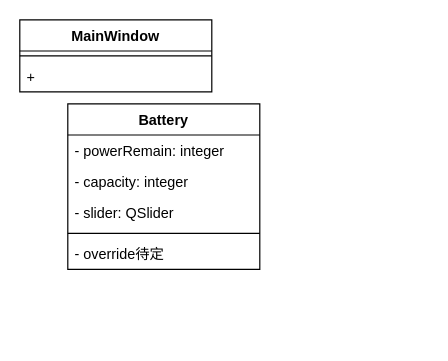
This is uml/Untitled Diagram.drawio from moxxxx/MCT-simulator, a draw.io file, before an edit. Source tidied: cells renumbered, new cells numbered last; positions are measured from the earlier drawing's top-left corner, leaving out a move shared by most shapes. Both pictures are drawn from the tidied source at 120%, with x=0, y=0 at pixel (19, 19).
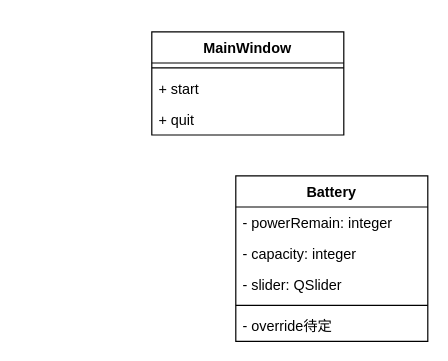
After the change.

The edit, as a diff of the source:
```diff
@@
 <mxGraphModel background="#ffffff">
   <root>
     <mxCell id="0" />
     <mxCell id="1" parent="0" />
     <mxCell id="2" value="MainWindow" style="swimlane;fontStyle=1;align=center;verticalAlign=top;horizontal=1;startSize=26;" parent="1" vertex="1">
-      <mxGeometry width="160" height="60" as="geometry" />
+      <mxGeometry x="110" y="10" width="160" height="86" as="geometry" />
     </mxCell>
     <mxCell id="3" style="line;strokeWidth=1;fillColor=none;align=left;verticalAlign=middle;spacingTop=-1;spacingLeft=3;spacingRight=3;labelPosition=right;" parent="2" vertex="1">
       <mxGeometry y="26" width="160" height="8" as="geometry" />
     </mxCell>
-    <mxCell id="4" value="+ " style="text;strokeColor=none;fillColor=none;align=left;verticalAlign=top;spacingLeft=4;spacingRight=4;overflow=hidden;" parent="2" vertex="1">
+    <mxCell id="4" value="+ start" style="text;strokeColor=none;fillColor=none;align=left;verticalAlign=top;spacingLeft=4;spacingRight=4;overflow=hidden;" parent="2" vertex="1">
       <mxGeometry y="34" width="160" height="26" as="geometry" />
     </mxCell>
+    <mxCell id="11" value="+ quit" style="text;strokeColor=none;fillColor=none;align=left;verticalAlign=top;spacingLeft=4;spacingRight=4;overflow=hidden;" parent="2" vertex="1">
+      <mxGeometry y="60" width="160" height="26" as="geometry" />
+    </mxCell>
     <mxCell id="5" value="Battery" style="swimlane;fontStyle=1;align=center;verticalAlign=top;horizontal=1;startSize=26;" parent="1" vertex="1">
-      <mxGeometry x="40" y="70" width="160" height="138" as="geometry" />
+      <mxGeometry x="180" y="130" width="160" height="138" as="geometry" />
     </mxCell>
     <mxCell id="6" value="- powerRemain: integer" style="text;strokeColor=none;fillColor=none;align=left;verticalAlign=top;spacingLeft=4;spacingRight=4;overflow=hidden;" parent="5" vertex="1">
       <mxGeometry y="26" width="160" height="26" as="geometry" />
     </mxCell>
     <mxCell id="7" value="- capacity: integer" style="text;strokeColor=none;fillColor=none;align=left;verticalAlign=top;spacingLeft=4;spacingRight=4;overflow=hidden;" parent="5" vertex="1">
       <mxGeometry y="52" width="160" height="26" as="geometry" />
     </mxCell>
     <mxCell id="8" value="- slider: QSlider" style="text;strokeColor=none;fillColor=none;align=left;verticalAlign=top;spacingLeft=4;spacingRight=4;overflow=hidden;" parent="5" vertex="1">
       <mxGeometry y="78" width="160" height="26" as="geometry" />
     </mxCell>
     <mxCell id="9" style="line;strokeWidth=1;fillColor=none;align=left;verticalAlign=middle;spacingTop=-1;spacingLeft=3;spacingRight=3;labelPosition=right;" parent="5" vertex="1">
       <mxGeometry y="104" width="160" height="8" as="geometry" />
     </mxCell>
     <mxCell id="10" value="- override待定" style="text;strokeColor=none;fillColor=none;align=left;verticalAlign=top;spacingLeft=4;spacingRight=4;overflow=hidden;" parent="5" vertex="1">
       <mxGeometry y="112" width="160" height="26" as="geometry" />
     </mxCell>
   </root>
 </mxGraphModel>
```
